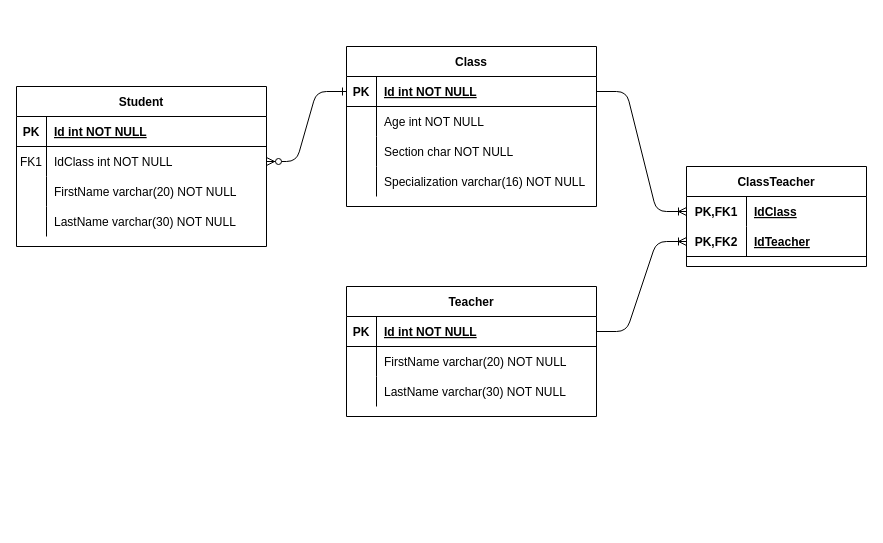
Before: Untitled Diagram.drawio in ProfOscar/online-register, a draw.io diagram. Source tidied: cells renumbered, new cells numbered last; positions are measured from the earlier drawing's top-left corner, leaving out a move shared by most shapes. Both pictures are drawn from the tidied source at 100%, with x=0, y=0 at pixel (16, 46).
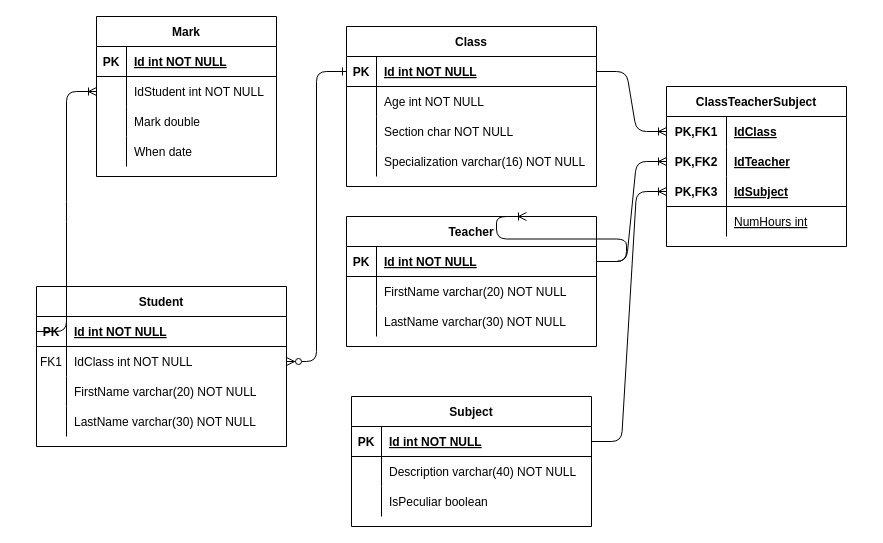
The same diagram, later.

Commit message:
Started modeling marks

Unchanged cells that the change refers to:
```xml
<mxCell id="17" style="shape=partialRectangle;fillColor=none;points=[[0,0.5],[1,0.5]];portConstraint=eastwest;top=0;left=0;right=0;bottom=1;" parent="16" vertex="1">
  <mxGeometry y="30" width="250" height="30" as="geometry" />
</mxCell>
<mxCell id="27" style="shape=partialRectangle;fillColor=none;points=[[0,0.5],[1,0.5]];portConstraint=eastwest;top=0;left=0;right=0;bottom=1;" parent="26" vertex="1">
  <mxGeometry y="30" width="250" height="30" as="geometry" />
</mxCell>
```

Diff of the diagram source:
```diff
@@
     <mxCell id="2" value="Class" style="shape=table;startSize=30;childLayout=tableLayout;rowLines=0;fontStyle=1;align=center;" parent="1" vertex="1">
-      <mxGeometry x="330" width="250" height="160" as="geometry" />
+      <mxGeometry x="330" y="-20" width="250" height="160" as="geometry" />
     </mxCell>
@@
     <mxCell id="16" value="Teacher" style="shape=table;startSize=30;childLayout=tableLayout;rowLines=0;fontStyle=1;align=center;" parent="1" vertex="1">
-      <mxGeometry x="330" y="240" width="250" height="130" as="geometry" />
+      <mxGeometry x="330" y="170" width="250" height="130" as="geometry" />
     </mxCell>
@@
     <mxCell id="26" value="Student" style="shape=table;startSize=30;childLayout=tableLayout;rowLines=0;fontStyle=1;align=center;" parent="1" vertex="1">
-      <mxGeometry y="40" width="250" height="160" as="geometry" />
+      <mxGeometry x="20" y="240" width="250" height="160" as="geometry" />
     </mxCell>
@@
-    <mxCell id="39" value="ClassTeacher" style="shape=table;startSize=30;childLayout=tableLayout;rowLines=0;fontStyle=1;align=center;" parent="1" vertex="1">
-      <mxGeometry x="670" y="120" width="180" height="100" as="geometry" />
+    <mxCell id="39" value="ClassTeacherSubject" style="shape=table;startSize=30;childLayout=tableLayout;rowLines=0;fontStyle=1;align=center;" parent="1" vertex="1">
+      <mxGeometry x="650" y="40" width="180" height="160" as="geometry" />
     </mxCell>
@@
-    <mxCell id="43" style="shape=partialRectangle;fillColor=none;top=0;left=0;bottom=1;right=0;points=[[0,0.5],[1,0.5]];portConstraint=eastwest;" parent="39" vertex="1">
-      <mxGeometry y="60" width="180" height="30" as="geometry" />
-    </mxCell>
+    <mxCell id="48" style="shape=partialRectangle;fillColor=none;top=0;left=0;bottom=0;right=0;points=[[0,0.5],[1,0.5]];portConstraint=eastwest;" parent="39" vertex="1">
+      <mxGeometry y="60" width="180" height="30" as="geometry" />
+    </mxCell>
-    <mxCell id="44" value="PK,FK2" style="shape=partialRectangle;fillColor=none;top=0;left=0;bottom=0;right=0;fontStyle=1;overflow=hidden;" parent="43" vertex="1">
+    <mxCell id="44" value="PK,FK2" style="shape=partialRectangle;fillColor=none;top=0;left=0;bottom=0;right=0;fontStyle=1;overflow=hidden;" parent="48" vertex="1">
       <mxGeometry width="60" height="30" as="geometry" />
     </mxCell>
-    <mxCell id="45" value="IdTeacher" style="shape=partialRectangle;fillColor=none;top=0;left=0;bottom=0;right=0;align=left;spacingLeft=6;fontStyle=5;overflow=hidden;" parent="43" vertex="1">
+    <mxCell id="45" value="IdTeacher" style="shape=partialRectangle;fillColor=none;top=0;left=0;bottom=0;right=0;align=left;spacingLeft=6;fontStyle=5;overflow=hidden;" parent="48" vertex="1">
       <mxGeometry x="60" width="120" height="30" as="geometry" />
     </mxCell>
+    <mxCell id="49" style="shape=partialRectangle;fillColor=none;top=0;left=0;bottom=1;right=0;points=[[0,0.5],[1,0.5]];portConstraint=eastwest;" parent="39" vertex="1">
+      <mxGeometry y="90" width="180" height="30" as="geometry" />
+    </mxCell>
+    <mxCell id="50" value="PK,FK3" style="shape=partialRectangle;fillColor=none;top=0;left=0;bottom=0;right=0;fontStyle=1;overflow=hidden;" parent="49" vertex="1">
+      <mxGeometry width="60" height="30" as="geometry" />
+    </mxCell>
+    <mxCell id="51" value="IdSubject" style="shape=partialRectangle;fillColor=none;top=0;left=0;bottom=0;right=0;align=left;spacingLeft=6;fontStyle=5;overflow=hidden;" parent="49" vertex="1">
+      <mxGeometry x="60" width="120" height="30" as="geometry" />
+    </mxCell>
+    <mxCell id="52" style="shape=partialRectangle;fillColor=none;top=0;left=0;bottom=0;right=0;" parent="39" vertex="1">
+      <mxGeometry y="120" width="180" height="30" as="geometry" />
+    </mxCell>
+    <mxCell id="53" style="shape=partialRectangle;fillColor=none;top=0;left=0;bottom=0;right=0;fontStyle=0;overflow=hidden;" parent="52" vertex="1">
+      <mxGeometry width="60" height="30" as="geometry" />
+    </mxCell>
+    <mxCell id="54" value="NumHours int" style="shape=partialRectangle;fillColor=none;top=0;left=0;bottom=0;right=0;align=left;spacingLeft=6;fontStyle=4;overflow=hidden;" parent="52" vertex="1">
+      <mxGeometry x="60" width="120" height="30" as="geometry" />
+    </mxCell>
-    <mxCell id="46" style="edgeStyle=entityRelationEdgeStyle;fontSize=12;html=1;endArrow=ERoneToMany;rounded=1;exitX=1;exitY=0.5;exitDx=0;exitDy=0;entryX=0;entryY=0.5;entryDx=0;entryDy=0;" parent="1" edge="1" source="17" target="43">
-      <mxGeometry relative="1" as="geometry" />
+    <mxCell id="46" style="edgeStyle=entityRelationEdgeStyle;fontSize=12;html=1;endArrow=ERoneToMany;rounded=1;exitX=1;exitY=0.5;exitDx=0;exitDy=0;entryX=0;entryY=0.5;entryDx=0;entryDy=0;" parent="1" edge="1" source="17">
+      <mxGeometry relative="1" as="geometry">
+        <mxPoint x="510" y="170" as="targetPoint" />
+      </mxGeometry>
     </mxCell>
@@
+    <mxCell id="55" value="Subject" style="shape=table;startSize=30;childLayout=tableLayout;rowLines=0;fontStyle=1;align=center;" parent="1" vertex="1">
+      <mxGeometry x="335" y="350" width="240" height="130" as="geometry" />
+    </mxCell>
+    <mxCell id="56" style="shape=partialRectangle;fillColor=none;top=0;left=0;bottom=1;right=0;points=[[0,0.5],[1,0.5]];portConstraint=eastwest;" parent="55" vertex="1">
+      <mxGeometry y="30" width="240" height="30" as="geometry" />
+    </mxCell>
+    <mxCell id="57" value="PK" style="shape=partialRectangle;fillColor=none;top=0;left=0;bottom=0;right=0;fontStyle=1;overflow=hidden;" parent="56" vertex="1">
+      <mxGeometry width="30" height="30" as="geometry" />
+    </mxCell>
+    <mxCell id="58" value="Id int NOT NULL" style="shape=partialRectangle;fillColor=none;top=0;left=0;bottom=0;right=0;align=left;spacingLeft=6;fontStyle=5;overflow=hidden;" parent="56" vertex="1">
+      <mxGeometry x="30" width="210" height="30" as="geometry" />
+    </mxCell>
+    <mxCell id="59" style="shape=partialRectangle;fillColor=none;top=0;left=0;bottom=0;right=0;" parent="55" vertex="1">
+      <mxGeometry y="60" width="240" height="30" as="geometry" />
+    </mxCell>
+    <mxCell id="60" style="shape=partialRectangle;fillColor=none;top=0;left=0;bottom=0;right=0;overflow=hidden;" parent="59" vertex="1">
+      <mxGeometry width="30" height="30" as="geometry" />
+    </mxCell>
+    <mxCell id="61" value="Description varchar(40) NOT NULL" style="shape=partialRectangle;fillColor=none;top=0;left=0;bottom=0;right=0;align=left;spacingLeft=6;overflow=hidden;" parent="59" vertex="1">
+      <mxGeometry x="30" width="210" height="30" as="geometry" />
+    </mxCell>
+    <mxCell id="62" style="shape=partialRectangle;fillColor=none;top=0;left=0;bottom=0;right=0;" parent="55" vertex="1">
+      <mxGeometry y="90" width="240" height="30" as="geometry" />
+    </mxCell>
+    <mxCell id="63" style="shape=partialRectangle;fillColor=none;top=0;left=0;bottom=0;right=0;overflow=hidden;" parent="62" vertex="1">
+      <mxGeometry width="30" height="30" as="geometry" />
+    </mxCell>
+    <mxCell id="64" value="IsPeculiar boolean" style="shape=partialRectangle;fillColor=none;top=0;left=0;bottom=0;right=0;align=left;spacingLeft=6;overflow=hidden;" parent="62" vertex="1">
+      <mxGeometry x="30" width="210" height="30" as="geometry" />
+    </mxCell>
+    <mxCell id="65" style="edgeStyle=entityRelationEdgeStyle;fontSize=12;html=1;endArrow=ERoneToMany;rounded=1;entryX=0;entryY=0.5;entryDx=0;entryDy=0;exitX=1;exitY=0.5;exitDx=0;exitDy=0;" parent="1" edge="1" source="17" target="48">
+      <mxGeometry relative="1" as="geometry" />
+    </mxCell>
+    <mxCell id="66" style="edgeStyle=entityRelationEdgeStyle;fontSize=12;html=1;endArrow=ERoneToMany;rounded=1;entryX=0;entryY=0.5;entryDx=0;entryDy=0;exitX=1;exitY=0.5;exitDx=0;exitDy=0;" parent="1" edge="1" source="56" target="49">
+      <mxGeometry relative="1" as="geometry" />
+    </mxCell>
+    <mxCell id="67" value="Mark" style="shape=table;startSize=30;childLayout=tableLayout;rowLines=0;fontStyle=1;align=center;" parent="1" vertex="1">
+      <mxGeometry x="80" y="-30" width="180" height="160" as="geometry" />
+    </mxCell>
+    <mxCell id="68" style="shape=partialRectangle;fillColor=none;top=0;left=0;bottom=1;right=0;" parent="67" vertex="1">
+      <mxGeometry y="30" width="180" height="30" as="geometry" />
+    </mxCell>
+    <mxCell id="69" value="PK" style="shape=partialRectangle;fillColor=none;top=0;left=0;bottom=0;right=0;fontStyle=1;overflow=hidden;" parent="68" vertex="1">
+      <mxGeometry width="30" height="30" as="geometry" />
+    </mxCell>
+    <mxCell id="70" value="Id int NOT NULL" style="shape=partialRectangle;fillColor=none;top=0;left=0;bottom=0;right=0;align=left;spacingLeft=6;fontStyle=5;overflow=hidden;" parent="68" vertex="1">
+      <mxGeometry x="30" width="150" height="30" as="geometry" />
+    </mxCell>
+    <mxCell id="71" style="shape=partialRectangle;fillColor=none;top=0;left=0;bottom=0;right=0;points=[[0,0.5],[1,0.5]];portConstraint=eastwest;" parent="67" vertex="1">
+      <mxGeometry y="60" width="180" height="30" as="geometry" />
+    </mxCell>
+    <mxCell id="72" style="shape=partialRectangle;fillColor=none;top=0;left=0;bottom=0;right=0;overflow=hidden;" parent="71" vertex="1">
+      <mxGeometry width="30" height="30" as="geometry" />
+    </mxCell>
+    <mxCell id="73" value="IdStudent int NOT NULL" style="shape=partialRectangle;fillColor=none;top=0;left=0;bottom=0;right=0;align=left;spacingLeft=6;overflow=hidden;" parent="71" vertex="1">
+      <mxGeometry x="30" width="150" height="30" as="geometry" />
+    </mxCell>
+    <mxCell id="74" style="shape=partialRectangle;fillColor=none;top=0;left=0;bottom=0;right=0;" parent="67" vertex="1">
+      <mxGeometry y="90" width="180" height="30" as="geometry" />
+    </mxCell>
+    <mxCell id="75" style="shape=partialRectangle;fillColor=none;top=0;left=0;bottom=0;right=0;overflow=hidden;" parent="74" vertex="1">
+      <mxGeometry width="30" height="30" as="geometry" />
+    </mxCell>
+    <mxCell id="76" value="Mark double" style="shape=partialRectangle;fillColor=none;top=0;left=0;bottom=0;right=0;align=left;spacingLeft=6;overflow=hidden;" parent="74" vertex="1">
+      <mxGeometry x="30" width="150" height="30" as="geometry" />
+    </mxCell>
+    <mxCell id="77" style="shape=partialRectangle;fillColor=none;top=0;left=0;bottom=0;right=0;" parent="67" vertex="1">
+      <mxGeometry y="120" width="180" height="30" as="geometry" />
+    </mxCell>
+    <mxCell id="78" style="shape=partialRectangle;fillColor=none;top=0;left=0;bottom=0;right=0;overflow=hidden;" parent="77" vertex="1">
+      <mxGeometry width="30" height="30" as="geometry" />
+    </mxCell>
+    <mxCell id="79" value="When date" style="shape=partialRectangle;fillColor=none;top=0;left=0;bottom=0;right=0;align=left;spacingLeft=6;overflow=hidden;" parent="77" vertex="1">
+      <mxGeometry x="30" width="150" height="30" as="geometry" />
+    </mxCell>
+    <mxCell id="80" style="edgeStyle=entityRelationEdgeStyle;fontSize=12;html=1;endArrow=ERoneToMany;rounded=1;entryX=0;entryY=0.5;entryDx=0;entryDy=0;exitX=0;exitY=0.5;exitDx=0;exitDy=0;" parent="1" edge="1" source="27" target="71">
+      <mxGeometry relative="1" as="geometry" />
+    </mxCell>
```
